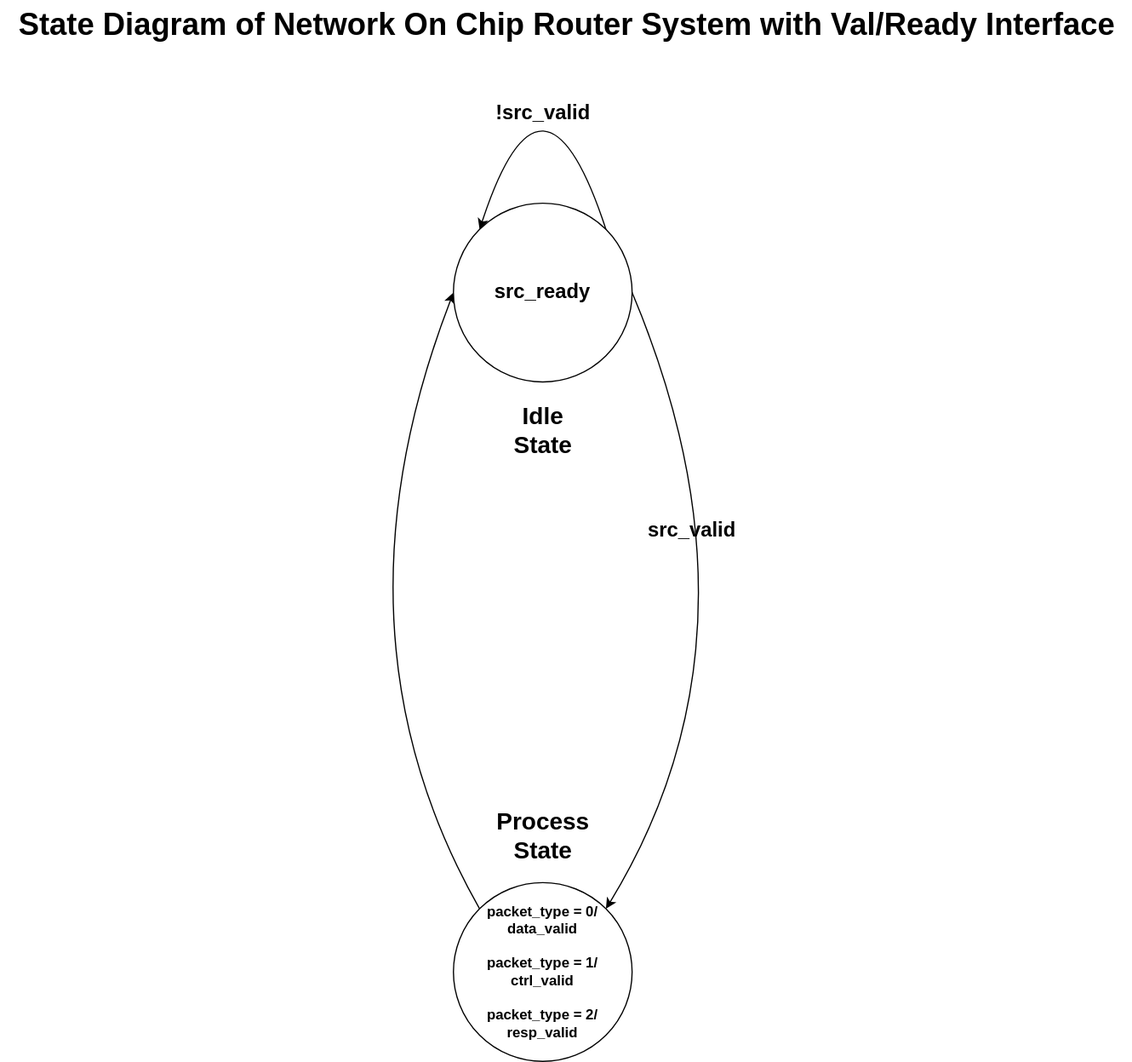
The draw.io diagram Mujtaba_Evaluation/docs/state_diagram_noc.drawio.svg in MujtabaRawn65/DD-Xce-sv-task, before a commit. Source tidied: cells renumbered, new cells last; positions are measured from the earlier drawing's top-left corner, leaving out a move shared by most shapes.
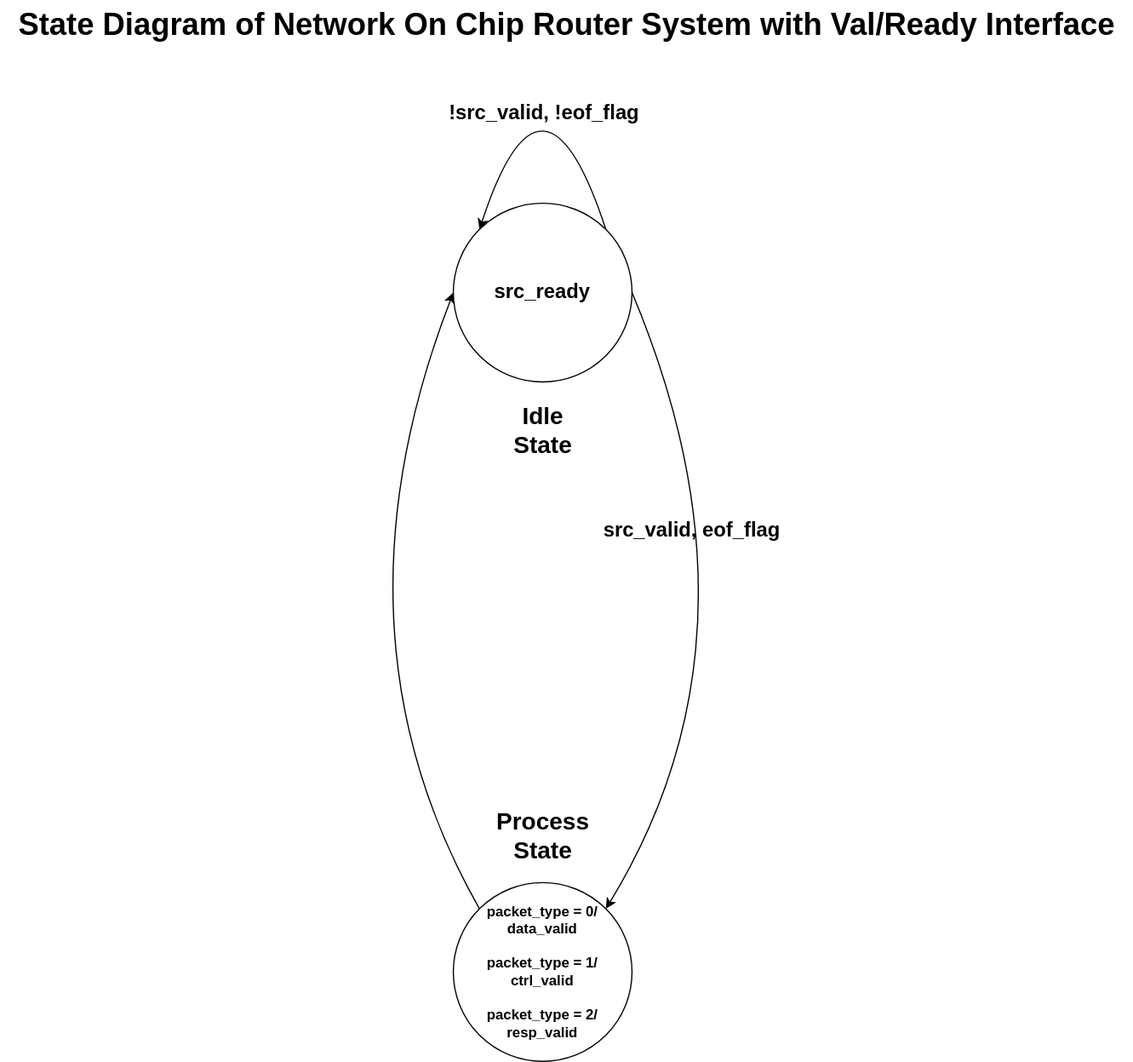
Later version of the same file.

What changed in the source:
```diff
@@ -29,11 +29,11 @@
         </Array>
       </mxGeometry>
     </mxCell>
-    <mxCell id="7" value="&lt;b&gt;&lt;font style=&quot;font-size: 17px;&quot;&gt;!src_valid&lt;/font&gt;&lt;/b&gt;" style="text;html=1;align=center;verticalAlign=middle;strokeColor=none;fillColor=none;" parent="1" vertex="1">
-      <mxGeometry x="405" y="80" width="100" height="30" as="geometry" />
+    <mxCell id="7" value="&lt;b&gt;&lt;font style=&quot;font-size: 17px;&quot;&gt;!src_valid, !eof_flag&lt;/font&gt;&lt;/b&gt;" style="text;html=1;align=center;verticalAlign=middle;strokeColor=none;fillColor=none;" parent="1" vertex="1">
+      <mxGeometry x="366" y="80" width="180" height="30" as="geometry" />
     </mxCell>
-    <mxCell id="8" value="&lt;b&gt;&lt;font style=&quot;font-size: 17px;&quot;&gt;src_valid&lt;/font&gt;&lt;/b&gt;" style="text;html=1;align=center;verticalAlign=middle;strokeColor=none;fillColor=none;" parent="1" vertex="1">
-      <mxGeometry x="530" y="430" width="100" height="30" as="geometry" />
+    <mxCell id="8" value="&lt;b&gt;&lt;font style=&quot;font-size: 17px;&quot;&gt;src_valid, eof_flag&lt;/font&gt;&lt;/b&gt;" style="text;html=1;align=center;verticalAlign=middle;strokeColor=none;fillColor=none;" parent="1" vertex="1">
+      <mxGeometry x="495" y="430" width="170" height="30" as="geometry" />
     </mxCell>
     <mxCell id="9" value="&lt;div style=&quot;font-size: 20px;&quot;&gt;&lt;b&gt;&lt;font style=&quot;font-size: 20px;&quot;&gt;Idle &lt;br&gt;&lt;/font&gt;&lt;/b&gt;&lt;/div&gt;&lt;div style=&quot;font-size: 20px;&quot;&gt;&lt;b&gt;&lt;font style=&quot;font-size: 20px;&quot;&gt;&lt;font style=&quot;font-size: 20px;&quot;&gt;State&lt;/font&gt;&lt;font style=&quot;font-size: 20px;&quot;&gt;&lt;br&gt;&lt;/font&gt;&lt;/font&gt;&lt;/b&gt;&lt;/div&gt;" style="text;html=1;align=center;verticalAlign=middle;strokeColor=none;fillColor=none;" parent="1" vertex="1">
       <mxGeometry x="420" y="330" width="70" height="60" as="geometry" />
```
